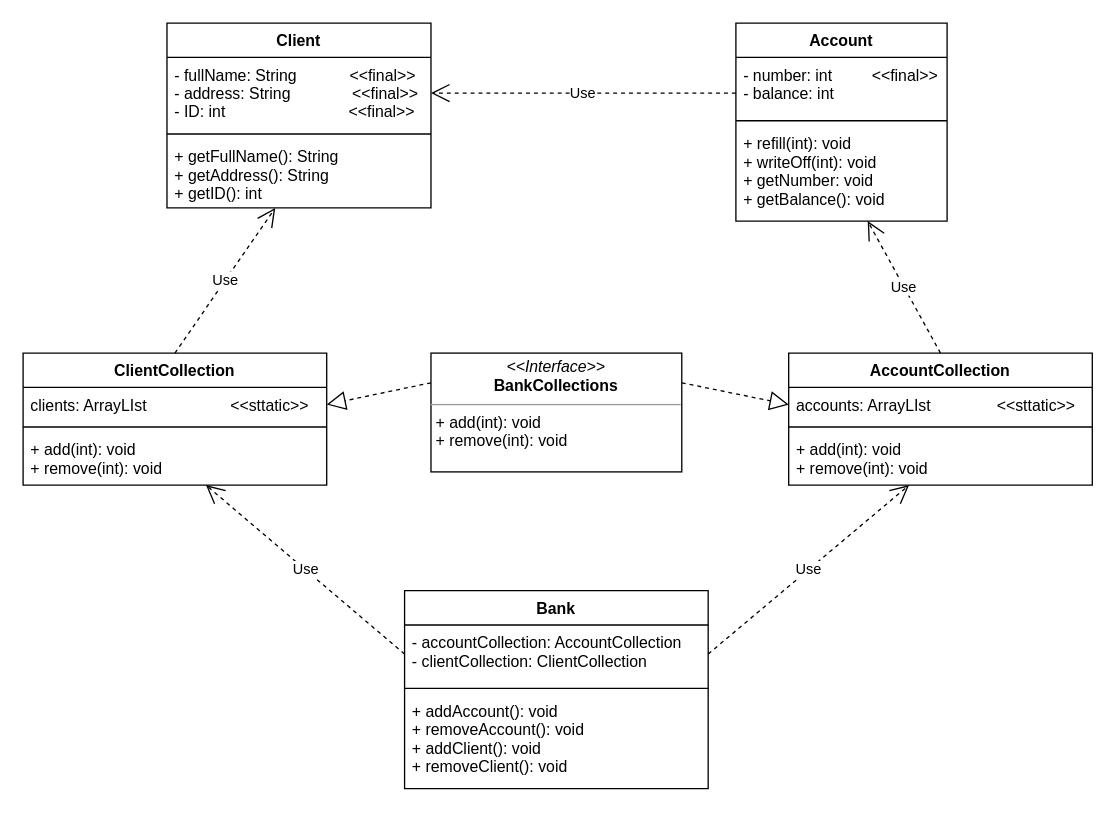
This is task-2/3/client.drawio from MaksimMogachev/adPlacementSystem, a draw.io file, before an edit. Source tidied: cells renumbered, new cells numbered last; positions are measured from the earlier drawing's top-left corner, leaving out a move shared by most shapes. Both pictures are drawn from the tidied source at 132%, with x=0, y=0 at pixel (22, 22).
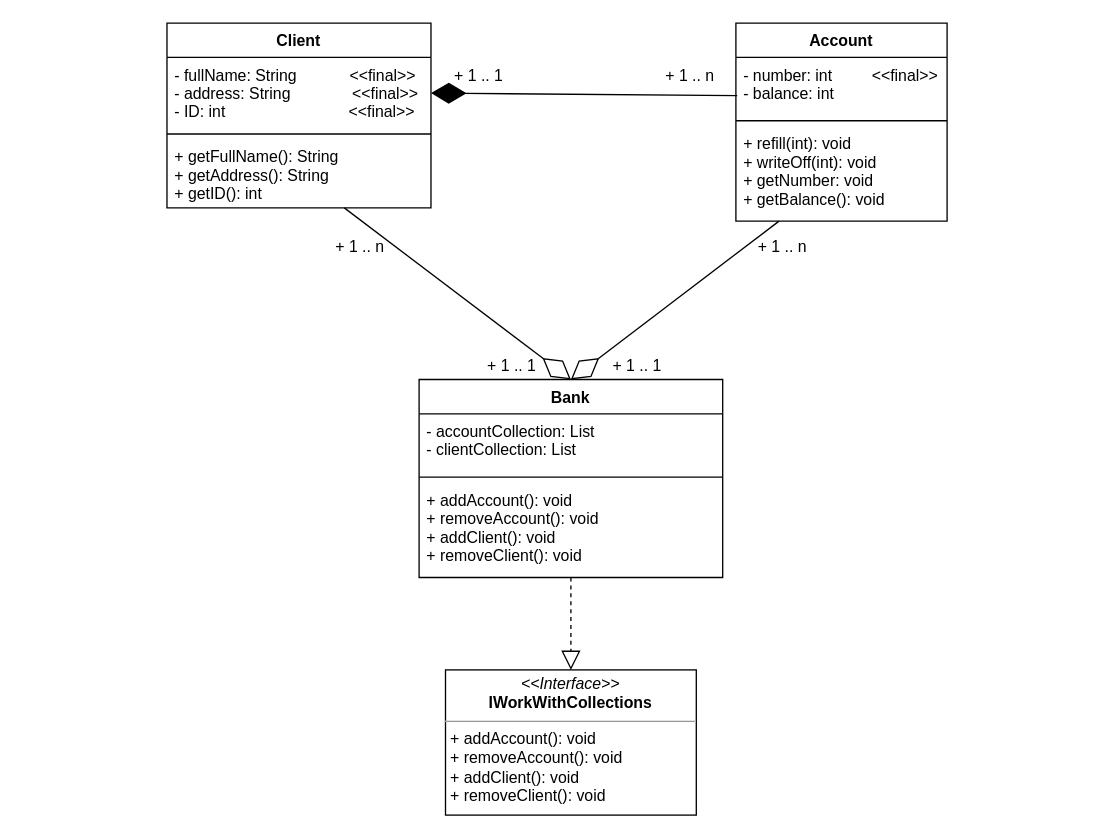
Above is the later version.

The change refers to these unchanged cells:
```xml
<mxCell id="3" value="- fullName: String            &lt;&lt;final&gt;&gt;&#10;- address: String              &lt;&lt;final&gt;&gt;&#10;- ID: int                            &lt;&lt;final&gt;&gt;" style="text;strokeColor=none;fillColor=none;align=left;verticalAlign=top;spacingLeft=4;spacingRight=4;overflow=hidden;points=[[0,0.5],[1,0.5]];portConstraint=eastwest;" parent="2" vertex="1">
  <mxGeometry y="26" width="200" height="54" as="geometry" />
</mxCell>
<mxCell id="5" value="+ getFullName(): String&#10;+ getAddress(): String&#10;+ getID(): int" style="text;strokeColor=none;fillColor=none;align=left;verticalAlign=top;spacingLeft=4;spacingRight=4;overflow=hidden;points=[[0,0.5],[1,0.5]];portConstraint=eastwest;" parent="2" vertex="1">
  <mxGeometry y="88" width="200" height="52" as="geometry" />
</mxCell>
<mxCell id="7" value="- number: int         &lt;&lt;final&gt;&gt;&#10;- balance: int" style="text;strokeColor=none;fillColor=none;align=left;verticalAlign=top;spacingLeft=4;spacingRight=4;overflow=hidden;points=[[0,0.5],[1,0.5]];portConstraint=eastwest;" parent="6" vertex="1">
  <mxGeometry y="26" width="160" height="44" as="geometry" />
</mxCell>
<mxCell id="9" value="+ refill(int): void&#10;+ writeOff(int): void&#10;+ getNumber: void&#10;+ getBalance(): void&#10;" style="text;strokeColor=none;fillColor=none;align=left;verticalAlign=top;spacingLeft=4;spacingRight=4;overflow=hidden;points=[[0,0.5],[1,0.5]];portConstraint=eastwest;" parent="6" vertex="1">
  <mxGeometry y="78" width="160" height="72" as="geometry" />
</mxCell>
<mxCell id="22" value="+ addAccount(): void&#10;+ removeAccount(): void&#10;+ addClient(): void&#10;+ removeClient(): void" style="text;strokeColor=none;fillColor=none;align=left;verticalAlign=top;spacingLeft=4;spacingRight=4;overflow=hidden;points=[[0,0.5],[1,0.5]];portConstraint=eastwest;" parent="19" vertex="1">
  <mxGeometry y="78" width="230" height="72" as="geometry" />
</mxCell>
```

What changed in the source:
```diff
@@
-    <mxCell id="10" value="AccountCollection" style="swimlane;fontStyle=1;align=center;verticalAlign=top;horizontal=1;startSize=26;" parent="1" vertex="1">
-      <mxGeometry x="580" y="250" width="230" height="100" as="geometry" />
-    </mxCell>
-    <mxCell id="11" value="accounts: ArrayLIst               &lt;&lt;sttatic&gt;&gt;" style="text;strokeColor=none;fillColor=none;align=left;verticalAlign=top;spacingLeft=4;spacingRight=4;overflow=hidden;points=[[0,0.5],[1,0.5]];portConstraint=eastwest;" parent="10" vertex="1">
-      <mxGeometry y="26" width="230" height="26" as="geometry" />
-    </mxCell>
-    <mxCell id="12" style="line;strokeWidth=1;fillColor=none;align=left;verticalAlign=middle;spacingTop=-1;spacingLeft=3;spacingRight=3;labelPosition=right;" parent="10" vertex="1">
-      <mxGeometry y="52" width="230" height="8" as="geometry" />
-    </mxCell>
-    <mxCell id="13" value="+ add(int): void&#10;+ remove(int): void " style="text;strokeColor=none;fillColor=none;align=left;verticalAlign=top;spacingLeft=4;spacingRight=4;overflow=hidden;points=[[0,0.5],[1,0.5]];portConstraint=eastwest;" parent="10" vertex="1">
-      <mxGeometry y="60" width="230" height="40" as="geometry" />
-    </mxCell>
-    <mxCell id="14" value="ClientCollection" style="swimlane;fontStyle=1;align=center;verticalAlign=top;horizontal=1;startSize=26;" parent="1" vertex="1">
-      <mxGeometry y="250" width="230" height="100" as="geometry" />
-    </mxCell>
-    <mxCell id="15" value="clients: ArrayLIst                   &lt;&lt;sttatic&gt;&gt;" style="text;strokeColor=none;fillColor=none;align=left;verticalAlign=top;spacingLeft=4;spacingRight=4;overflow=hidden;points=[[0,0.5],[1,0.5]];portConstraint=eastwest;" parent="14" vertex="1">
-      <mxGeometry y="26" width="230" height="26" as="geometry" />
-    </mxCell>
-    <mxCell id="16" style="line;strokeWidth=1;fillColor=none;align=left;verticalAlign=middle;spacingTop=-1;spacingLeft=3;spacingRight=3;labelPosition=right;" parent="14" vertex="1">
-      <mxGeometry y="52" width="230" height="8" as="geometry" />
-    </mxCell>
-    <mxCell id="17" value="+ add(int): void&#10;+ remove(int): void " style="text;strokeColor=none;fillColor=none;align=left;verticalAlign=top;spacingLeft=4;spacingRight=4;overflow=hidden;points=[[0,0.5],[1,0.5]];portConstraint=eastwest;" parent="14" vertex="1">
-      <mxGeometry y="60" width="230" height="40" as="geometry" />
-    </mxCell>
-    <mxCell id="18" value="&lt;p style=&quot;margin: 0px ; margin-top: 4px ; text-align: center&quot;&gt;&lt;i&gt;&amp;lt;&amp;lt;Interface&amp;gt;&amp;gt;&lt;/i&gt;&lt;br&gt;&lt;b&gt;BankCollections&lt;/b&gt;&lt;/p&gt;&lt;hr size=&quot;1&quot;&gt;&lt;p style=&quot;margin: 0px ; margin-left: 4px&quot;&gt;+ add(int): void&lt;br style=&quot;padding: 0px ; margin: 0px&quot;&gt;+ remove(int): void&amp;nbsp;&lt;br&gt;&lt;/p&gt;" style="verticalAlign=top;align=left;overflow=fill;fontSize=12;fontFamily=Helvetica;html=1;" parent="1" vertex="1">
-      <mxGeometry x="309" y="250" width="190" height="90" as="geometry" />
+    <mxCell id="18" value="&lt;p style=&quot;margin: 0px ; margin-top: 4px ; text-align: center&quot;&gt;&lt;i&gt;&amp;lt;&amp;lt;Interface&amp;gt;&amp;gt;&lt;/i&gt;&lt;br&gt;&lt;b&gt;IWorkWithCollections&lt;/b&gt;&lt;/p&gt;&lt;hr size=&quot;1&quot;&gt;&lt;p style=&quot;margin: 0px ; margin-left: 4px&quot;&gt;+ addAccount(): void&lt;br style=&quot;padding: 0px ; margin: 0px&quot;&gt;+ removeAccount(): void&lt;br style=&quot;padding: 0px ; margin: 0px&quot;&gt;+ addClient(): void&lt;br style=&quot;padding: 0px ; margin: 0px&quot;&gt;+ removeClient(): void&lt;br&gt;&lt;/p&gt;" style="verticalAlign=top;align=left;overflow=fill;fontSize=12;fontFamily=Helvetica;html=1;" parent="1" vertex="1">
+      <mxGeometry x="320" y="490" width="190" height="110" as="geometry" />
     </mxCell>
     <mxCell id="19" value="Bank" style="swimlane;fontStyle=1;align=center;verticalAlign=top;horizontal=1;startSize=26;" parent="1" vertex="1">
-      <mxGeometry x="289" y="430" width="230" height="150" as="geometry" />
+      <mxGeometry x="300" y="270" width="230" height="150" as="geometry" />
     </mxCell>
-    <mxCell id="20" value="- accountCollection: AccountCollection&#10;- clientCollection: ClientCollection" style="text;strokeColor=none;fillColor=none;align=left;verticalAlign=top;spacingLeft=4;spacingRight=4;overflow=hidden;points=[[0,0.5],[1,0.5]];portConstraint=eastwest;" parent="19" vertex="1">
+    <mxCell id="20" value="- accountCollection: List&#10;- clientCollection: List" style="text;strokeColor=none;fillColor=none;align=left;verticalAlign=top;spacingLeft=4;spacingRight=4;overflow=hidden;points=[[0,0.5],[1,0.5]];portConstraint=eastwest;" parent="19" vertex="1">
       <mxGeometry y="26" width="230" height="44" as="geometry" />
     </mxCell>
@@
-    <mxCell id="23" value="Use" style="endArrow=open;endSize=12;dashed=1;html=1;exitX=0.5;exitY=0;exitDx=0;exitDy=0;" parent="1" edge="1" source="14" target="5">
-      <mxGeometry relative="1" as="geometry" />
-    </mxCell>
-    <mxCell id="24" value="Use" style="endArrow=open;endSize=12;dashed=1;html=1;exitX=0.5;exitY=0;exitDx=0;exitDy=0;" parent="1" edge="1" source="10" target="9">
-      <mxGeometry relative="1" as="geometry" />
-    </mxCell>
-    <mxCell id="25" value="Use" style="endArrow=open;endSize=12;dashed=1;html=1;entryX=1;entryY=0.5;entryDx=0;entryDy=0;" parent="1" edge="1" target="3">
-      <mxGeometry relative="1" as="geometry">
-        <mxPoint x="540" y="53" as="sourcePoint" />
-      </mxGeometry>
-    </mxCell>
-    <mxCell id="26" value="Use" style="endArrow=open;endSize=12;dashed=1;html=1;exitX=0;exitY=0.5;exitDx=0;exitDy=0;" parent="1" edge="1" source="20" target="17">
-      <mxGeometry relative="1" as="geometry" />
-    </mxCell>
-    <mxCell id="27" value="Use" style="endArrow=open;endSize=12;dashed=1;html=1;exitX=1;exitY=0.5;exitDx=0;exitDy=0;" parent="1" edge="1" source="20" target="13">
-      <mxGeometry relative="1" as="geometry" />
-    </mxCell>
-    <mxCell id="28" style="endArrow=block;dashed=1;endFill=0;endSize=12;html=1;entryX=1;entryY=0.5;entryDx=0;entryDy=0;exitX=0;exitY=0.25;exitDx=0;exitDy=0;" parent="1" edge="1" source="18" target="15">
-      <mxGeometry relative="1" as="geometry" />
-    </mxCell>
-    <mxCell id="29" style="endArrow=block;dashed=1;endFill=0;endSize=12;html=1;entryX=0;entryY=0.5;entryDx=0;entryDy=0;exitX=1;exitY=0.25;exitDx=0;exitDy=0;" parent="1" edge="1" source="18" target="11">
-      <mxGeometry relative="1" as="geometry" />
-    </mxCell>
+    <mxCell id="30" style="endArrow=block;dashed=1;endFill=0;endSize=12;html=1;" parent="1" edge="1" source="22" target="18">
+      <mxGeometry relative="1" as="geometry" />
+    </mxCell>
+    <mxCell id="31" value="+ 1 .. n" style="text;html=1;align=center;verticalAlign=middle;" parent="1" vertex="1">
+      <mxGeometry x="550" y="160" width="50" height="20" as="geometry" />
+    </mxCell>
+    <mxCell id="32" value="+ 1 .. n" style="text;html=1;align=center;verticalAlign=middle;" parent="1" vertex="1">
+      <mxGeometry x="230" y="160" width="50" height="20" as="geometry" />
+    </mxCell>
+    <mxCell id="33" value="+ 1 .. 1" style="text;html=1;align=center;verticalAlign=middle;" parent="1" vertex="1">
+      <mxGeometry x="345" y="250" width="50" height="20" as="geometry" />
+    </mxCell>
+    <mxCell id="34" value="+ 1 .. 1" style="text;html=1;align=center;verticalAlign=middle;" parent="1" vertex="1">
+      <mxGeometry x="440" y="250" width="50" height="20" as="geometry" />
+    </mxCell>
+    <mxCell id="35" value="+ 1 .. n" style="text;html=1;align=center;verticalAlign=middle;" parent="1" vertex="1">
+      <mxGeometry x="480" y="30" width="50" height="20" as="geometry" />
+    </mxCell>
+    <mxCell id="36" value="+ 1 .. 1" style="text;html=1;align=center;verticalAlign=middle;" parent="1" vertex="1">
+      <mxGeometry x="320" y="30" width="50" height="20" as="geometry" />
+    </mxCell>
+    <mxCell id="37" style="endArrow=diamondThin;endFill=0;endSize=24;html=1;entryX=0.5;entryY=0;entryDx=0;entryDy=0;" parent="1" edge="1" source="9" target="19">
+      <mxGeometry relative="1" as="geometry" />
+    </mxCell>
+    <mxCell id="38" style="endArrow=diamondThin;endFill=0;endSize=24;html=1;entryX=0.5;entryY=0;entryDx=0;entryDy=0;" parent="1" edge="1" source="5" target="19">
+      <mxGeometry relative="1" as="geometry" />
+    </mxCell>
+    <mxCell id="39" style="endArrow=diamondThin;endFill=1;endSize=24;html=1;exitX=0.006;exitY=0.659;exitDx=0;exitDy=0;exitPerimeter=0;entryX=1;entryY=0.5;entryDx=0;entryDy=0;" parent="1" edge="1" source="7" target="3">
+      <mxGeometry relative="1" as="geometry" />
+    </mxCell>
```
